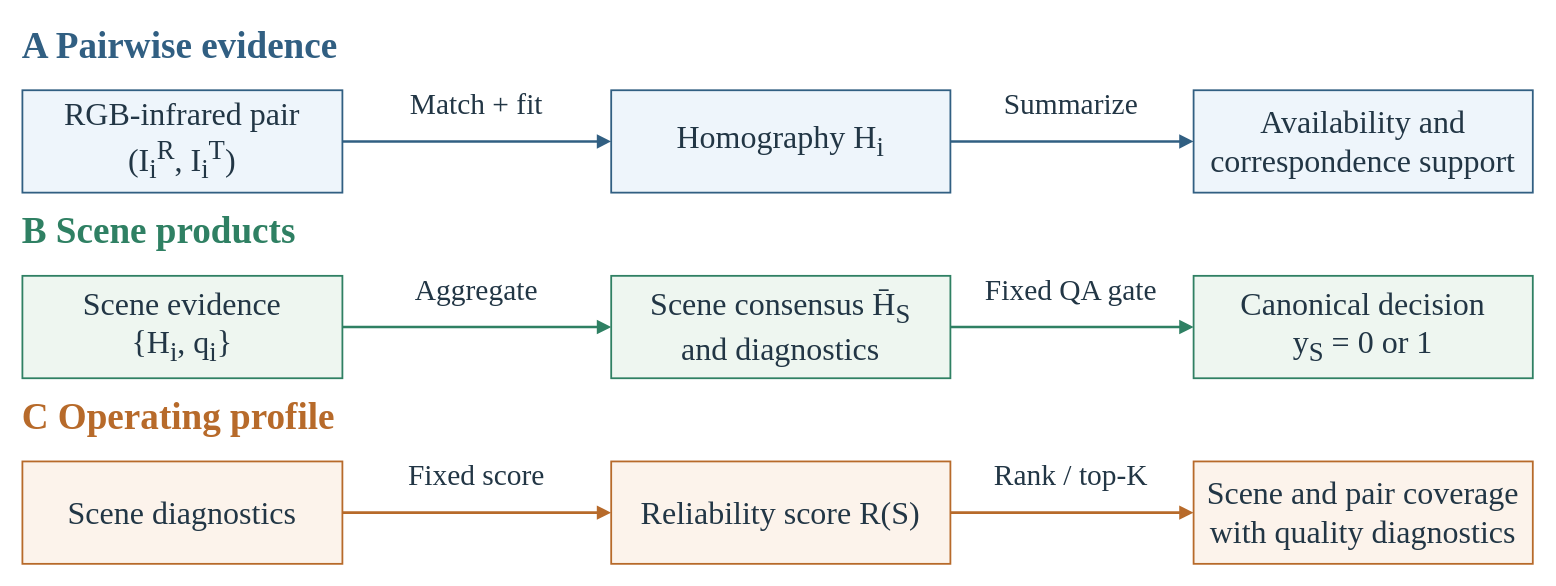
The draw.io diagram figure_reconstruction/fig02_benchmark_protocol/drawio_source/fig02_benchmark_protocol.drawio in WongHK101/Infrared-Physics-Technology, before the edit. Source tidied: cells renumbered, new cells numbered last; positions are measured from the earlier drawing's top-left corner, leaving out a move shared by most shapes. Both pictures are drawn from the tidied source at 128%, with x=0, y=0 at pixel (22, 22).
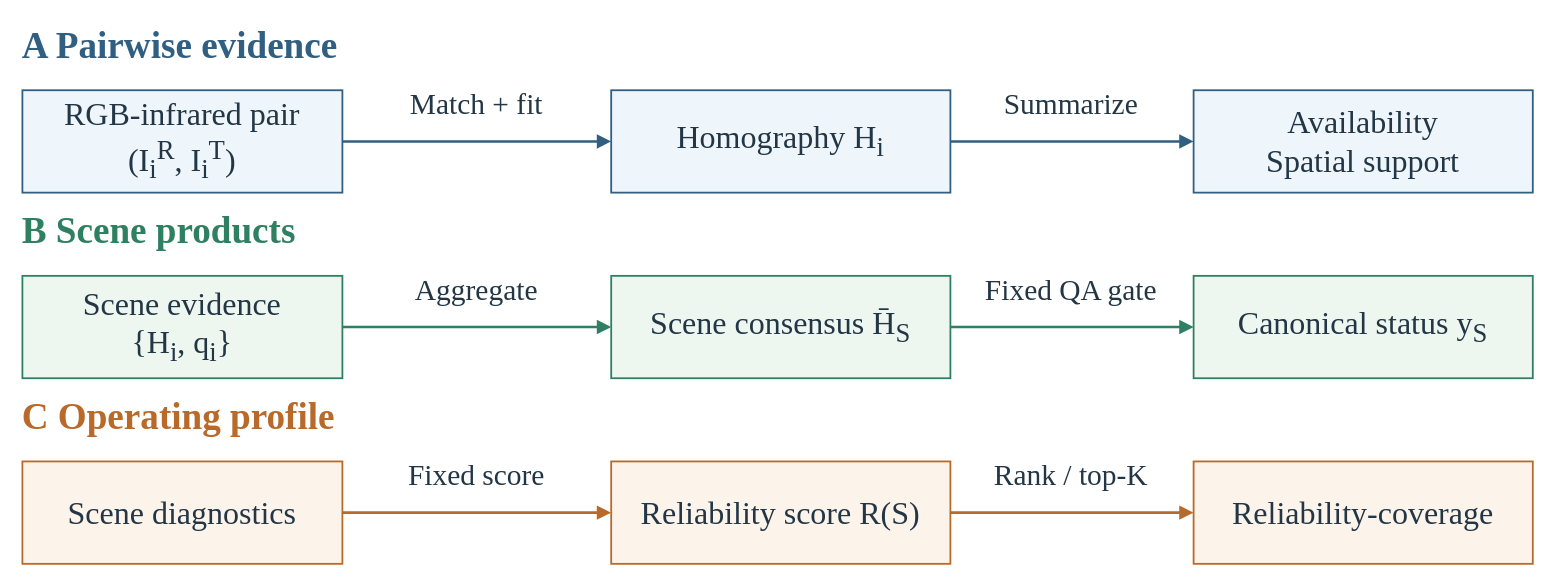
After the change.

Diff of the diagram source:
```diff
@@
-    <mxCell id="8" value="Availability and&lt;br/&gt;correspondence support" style="text;html=1;whiteSpace=wrap;overflow=visible;rounded=0;fillColor=none;strokeColor=none;verticalAlign=middle;fontFamily=Times New Roman;fontSize=25;fontColor=#223645;align=center;fontStyle=0;spacing=0;" parent="1" vertex="1">
+    <mxCell id="8" value="Availability&lt;br/&gt;Spatial support" style="text;html=1;whiteSpace=wrap;overflow=visible;rounded=0;fillColor=none;strokeColor=none;verticalAlign=middle;fontFamily=Times New Roman;fontSize=25;fontColor=#223645;align=center;fontStyle=0;spacing=0;" parent="1" vertex="1">
       <mxGeometry x="923" y="58" width="249" height="70" as="geometry" />
     </mxCell>
@@
-    <mxCell id="17" value="Scene consensus H&amp;#772;&lt;sub&gt;S&lt;/sub&gt;&lt;br/&gt;and diagnostics" style="text;html=1;whiteSpace=wrap;overflow=visible;rounded=0;fillColor=none;strokeColor=none;verticalAlign=middle;fontFamily=Times New Roman;fontSize=25;fontColor=#223645;align=center;fontStyle=0;spacing=0;" parent="1" vertex="1">
+    <mxCell id="17" value="Scene consensus H&amp;#772;&lt;sub&gt;S&lt;/sub&gt;" style="text;html=1;whiteSpace=wrap;overflow=visible;rounded=0;fillColor=none;strokeColor=none;verticalAlign=middle;fontFamily=Times New Roman;fontSize=25;fontColor=#223645;align=center;fontStyle=0;spacing=0;" parent="1" vertex="1">
       <mxGeometry x="468" y="203" width="249" height="70" as="geometry" />
     </mxCell>
@@
-    <mxCell id="19" value="Canonical decision&lt;br/&gt;y&lt;sub&gt;S&lt;/sub&gt; = 0 or 1" style="text;html=1;whiteSpace=wrap;overflow=visible;rounded=0;fillColor=none;strokeColor=none;verticalAlign=middle;fontFamily=Times New Roman;fontSize=25;fontColor=#223645;align=center;fontStyle=0;spacing=0;" parent="1" vertex="1">
+    <mxCell id="19" value="Canonical status y&lt;sub&gt;S&lt;/sub&gt;" style="text;html=1;whiteSpace=wrap;overflow=visible;rounded=0;fillColor=none;strokeColor=none;verticalAlign=middle;fontFamily=Times New Roman;fontSize=25;fontColor=#223645;align=center;fontStyle=0;spacing=0;" parent="1" vertex="1">
       <mxGeometry x="923" y="203" width="249" height="70" as="geometry" />
     </mxCell>
@@
-    <mxCell id="30" value="Scene and pair coverage&lt;br/&gt;with quality diagnostics" style="text;html=1;whiteSpace=wrap;overflow=visible;rounded=0;fillColor=none;strokeColor=none;verticalAlign=middle;fontFamily=Times New Roman;fontSize=25;fontColor=#223645;align=center;fontStyle=0;spacing=0;" parent="1" vertex="1">
+    <mxCell id="30" value="Reliability-coverage" style="text;html=1;whiteSpace=wrap;overflow=visible;rounded=0;fillColor=none;strokeColor=none;verticalAlign=middle;fontFamily=Times New Roman;fontSize=25;fontColor=#223645;align=center;fontStyle=0;spacing=0;" parent="1" vertex="1">
       <mxGeometry x="923" y="348" width="249" height="70" as="geometry" />
     </mxCell>
```
